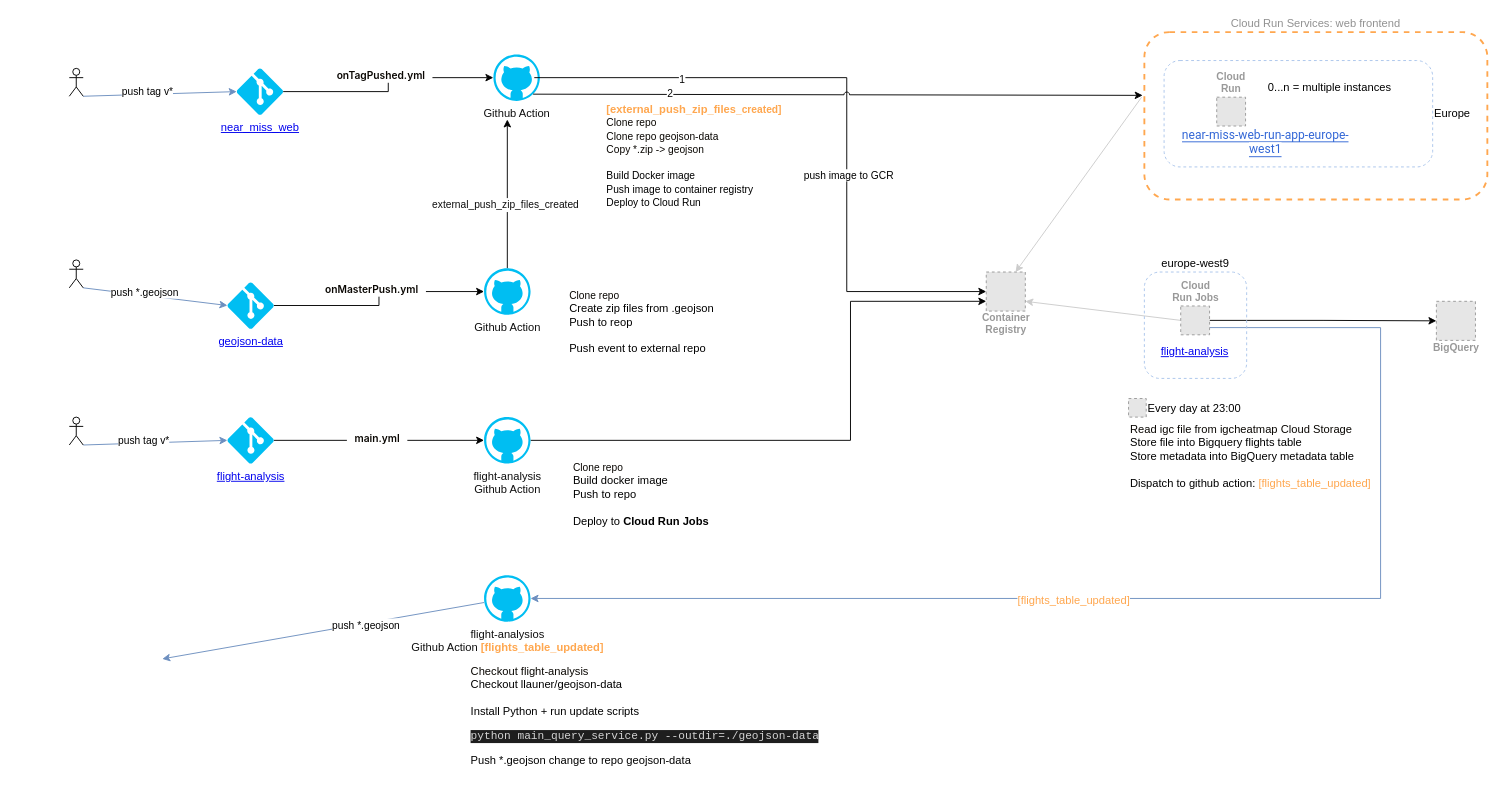
Earlier version of the draw.io diagram Architecture and Actions.drawio (llauner/near_miss_web). Source tidied: cells renumbered, new cells numbered last; positions are measured from the earlier drawing's top-left corner, leaving out a move shared by most shapes. Both pictures are drawn from the tidied source at 93%, with x=0, y=0 at pixel (69, 32). Pictures stored in the file or linked from it are replaced by grey dashed boxes.
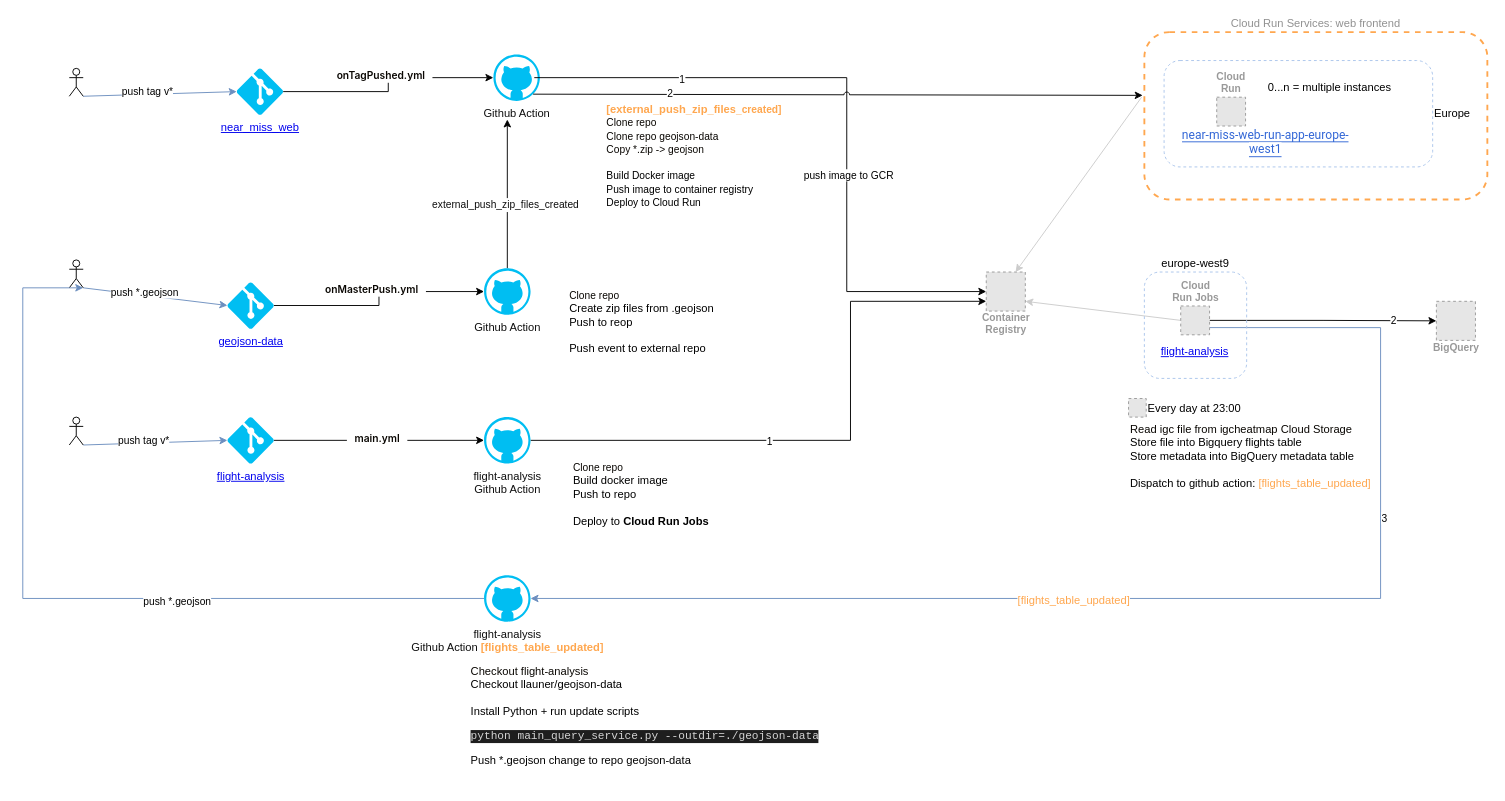
Above is the later version.

The change refers to these unchanged cells:
```xml
<mxCell id="19" style="shape=umlActor;verticalLabelPosition=bottom;verticalAlign=top;html=1;outlineConnect=0;fontColor=#0A0A0A;" parent="1" vertex="1">
  <mxGeometry y="245" width="15" height="30" as="geometry" />
</mxCell>
<mxCell id="37" style="rounded=0;jettySize=auto;html=1;entryX=0;entryY=0.75;entryDx=0;entryDy=0;edgeStyle=orthogonalEdgeStyle;" parent="1" edge="1" source="38" target="23">
  <mxGeometry relative="1" as="geometry">
    <Array as="points">
      <mxPoint x="840" y="439" />
      <mxPoint x="840" y="290" />
    </Array>
  </mxGeometry>
</mxCell>
<mxCell id="45" style="edgeStyle=orthogonalEdgeStyle;rounded=0;jettySize=auto;html=1;entryX=0;entryY=0.5;entryDx=0;entryDy=0;fontSize=12;" parent="1" edge="1" source="48" target="42">
  <mxGeometry relative="1" as="geometry" />
</mxCell>
<mxCell id="46" style="rounded=0;jettySize=auto;html=1;exitX=1;exitY=0.75;exitDx=0;exitDy=0;fontSize=12;entryX=1;entryY=0.5;entryDx=0;entryDy=0;entryPerimeter=0;edgeStyle=orthogonalEdgeStyle;fillColor=#dae8fc;strokeColor=#6c8ebf;" parent="1" edge="1" source="48" target="52">
  <mxGeometry relative="1" as="geometry">
    <Array as="points">
      <mxPoint x="1410" y="318" />
      <mxPoint x="1410" y="609" />
    </Array>
  </mxGeometry>
</mxCell>
```

The edit, as a diff of the source:
```diff
@@
+    <mxCell id="57" value="1" style="edgeLabel;html=1;align=center;verticalAlign=middle;" parent="37" vertex="1">
+      <mxGeometry x="-0.2" y="-1" relative="1" as="geometry" />
+    </mxCell>
@@
+    <mxCell id="58" value="2" style="edgeLabel;html=1;align=center;verticalAlign=middle;" parent="45" vertex="1">
+      <mxGeometry x="0.62" y="1" relative="1" as="geometry" />
+    </mxCell>
@@
+    <mxCell id="59" value="3" style="edgeLabel;html=1;align=center;verticalAlign=middle;" parent="46" vertex="1">
+      <mxGeometry x="-0.44" y="3" relative="1" as="geometry" />
+    </mxCell>
@@
-    <mxCell id="50" style="rounded=0;jettySize=auto;html=1;fontSize=12;fillColor=#dae8fc;strokeColor=#6c8ebf;" parent="1" edge="1" source="52">
+    <mxCell id="50" style="rounded=0;jettySize=auto;html=1;fontSize=12;fillColor=#dae8fc;strokeColor=#6c8ebf;entryX=1;entryY=1;entryDx=0;entryDy=0;entryPerimeter=0;edgeStyle=orthogonalEdgeStyle;" parent="1" edge="1" source="52" target="19">
       <mxGeometry relative="1" as="geometry">
-        <mxPoint x="100" y="674" as="targetPoint" />
+        <Array as="points">
+          <mxPoint x="-50" y="609" />
+          <mxPoint x="-50" y="275" />
+        </Array>
       </mxGeometry>
     </mxCell>
@@
-    <mxCell id="52" value="flight-analysios&lt;br&gt;Github Action&amp;nbsp;&lt;b style=&quot;text-align: left; color: rgb(255, 167, 79);&quot;&gt;[flights_table_updated&lt;/b&gt;&lt;span style=&quot;color: rgb(0, 0, 0); font-size: 11px; background-color: rgb(255, 255, 255);&quot;&gt;&lt;b style=&quot;color: rgb(255, 167, 79);&quot;&gt;]&lt;/b&gt;&lt;/span&gt;&lt;span style=&quot;color: rgb(0, 0, 0); font-size: 11px; background-color: rgb(255, 255, 255);&quot;&gt;&lt;font color=&quot;#0a0703&quot;&gt;&lt;br&gt;&lt;/font&gt;&lt;/span&gt;" style="verticalLabelPosition=bottom;html=1;verticalAlign=top;align=center;strokeColor=none;fillColor=#00BEF2;shape=mxgraph.azure.github_code;fontColor=#0F0F0F;" parent="1" vertex="1">
+    <mxCell id="52" value="flight-analysis&lt;br&gt;Github Action&amp;nbsp;&lt;b style=&quot;text-align: left; color: rgb(255, 167, 79);&quot;&gt;[flights_table_updated&lt;/b&gt;&lt;span style=&quot;color: rgb(0, 0, 0); font-size: 11px; background-color: rgb(255, 255, 255);&quot;&gt;&lt;b style=&quot;color: rgb(255, 167, 79);&quot;&gt;]&lt;/b&gt;&lt;/span&gt;&lt;span style=&quot;color: rgb(0, 0, 0); font-size: 11px; background-color: rgb(255, 255, 255);&quot;&gt;&lt;font color=&quot;#0a0703&quot;&gt;&lt;br&gt;&lt;/font&gt;&lt;/span&gt;" style="verticalLabelPosition=bottom;html=1;verticalAlign=top;align=center;strokeColor=none;fillColor=#00BEF2;shape=mxgraph.azure.github_code;fontColor=#0F0F0F;" parent="1" vertex="1">
       <mxGeometry x="446" y="584" width="50" height="50" as="geometry" />
     </mxCell>
```
